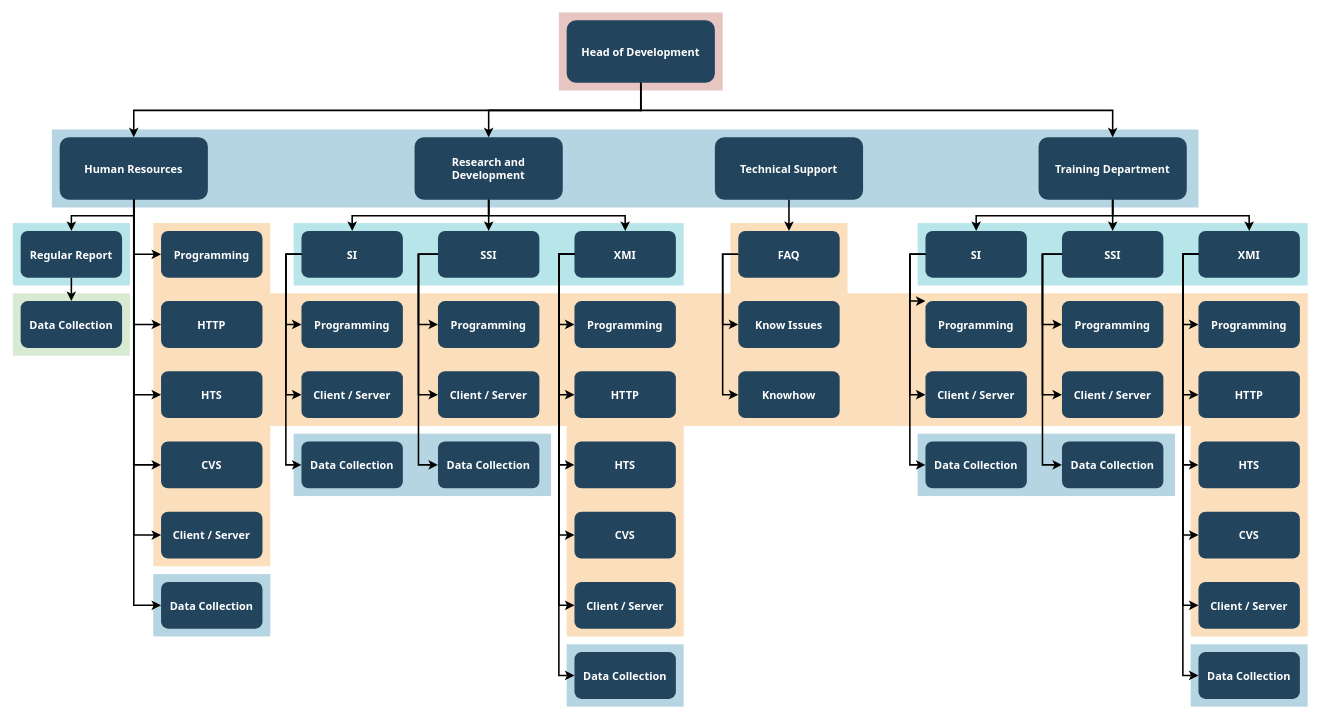
Above: Diagrama sin título.drawio in Jacintotomas-oss/PARCIAL. (draw.io), before the change. Source tidied: cells renumbered, new cells numbered last; positions are measured from the earlier drawing's top-left corner, leaving out a move shared by most shapes. Both pictures are drawn from the tidied source at 78%, with x=0, y=0 at pixel (12, 12).
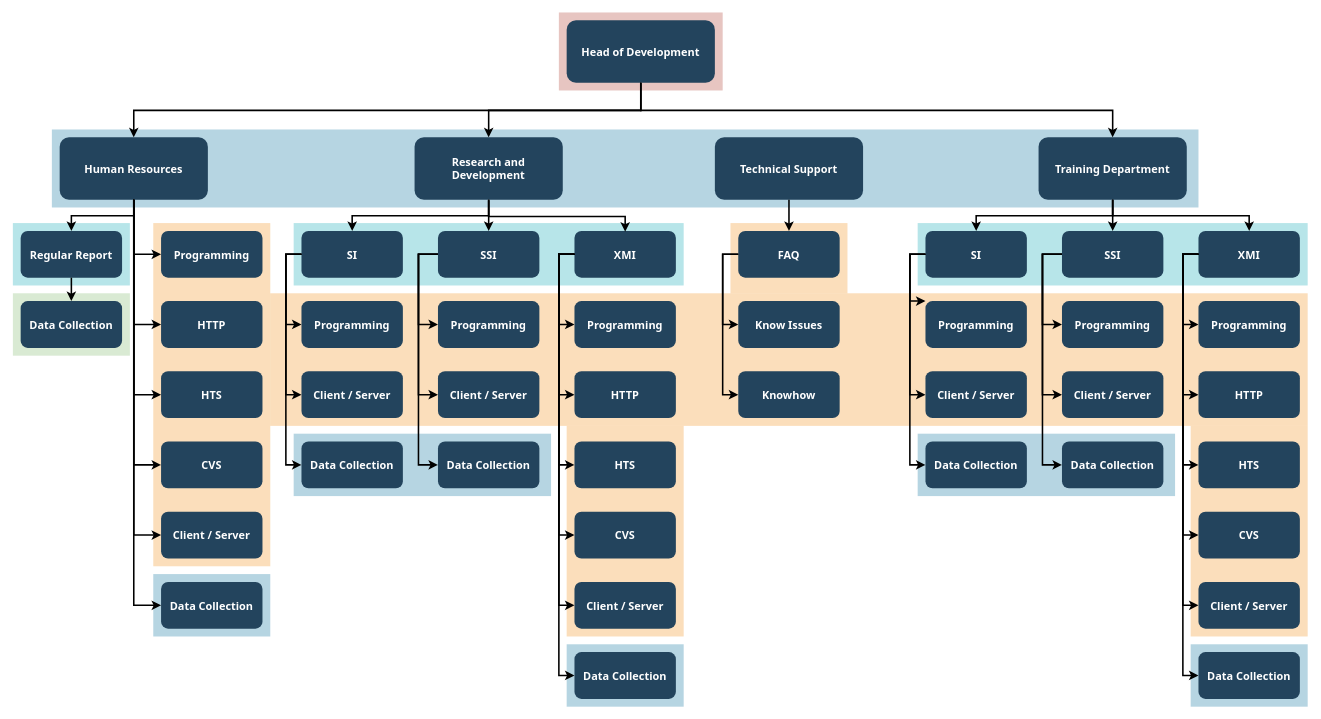
The same diagram, later.

Unchanged cells that the change refers to:
```xml
<mxCell id="22" value="Research and &#10;Development" style="rounded=1;fillColor=#23445D;gradientColor=none;strokeColor=none;fontColor=#FFFFFF;fontStyle=1;fontFamily=Tahoma;fontSize=14;" parent="1" vertex="1">
  <mxGeometry x="515" y="159.5" width="190" height="80" as="geometry" />
</mxCell>
<mxCell id="40" value="XMI" style="rounded=1;fillColor=#23445D;gradientColor=none;strokeColor=none;fontColor=#FFFFFF;fontStyle=1;fontFamily=Tahoma;fontSize=14;" parent="1" vertex="1">
  <mxGeometry x="720" y="279.5" width="130" height="60" as="geometry" />
</mxCell>
```

The edit, as a diff of the source:
```diff
@@
-    <mxCell id="102" style="edgeStyle=elbowEdgeStyle;elbow=vertical;strokeWidth=2;rounded=0;" parent="1" edge="1" source="22" target="40">
-      <mxGeometry x="-23" y="135.5" as="geometry" />
+    <mxCell id="102" style="edgeStyle=elbowEdgeStyle;elbow=vertical;strokeWidth=2;rounded=0;" parent="1" edge="1">
+      <mxGeometry x="-23" y="135.5" as="geometry">
+        <mxPoint x="610" y="240.5" as="sourcePoint" />
+        <mxPoint x="785" y="280.5" as="targetPoint" />
+      </mxGeometry>
     </mxCell>
```
